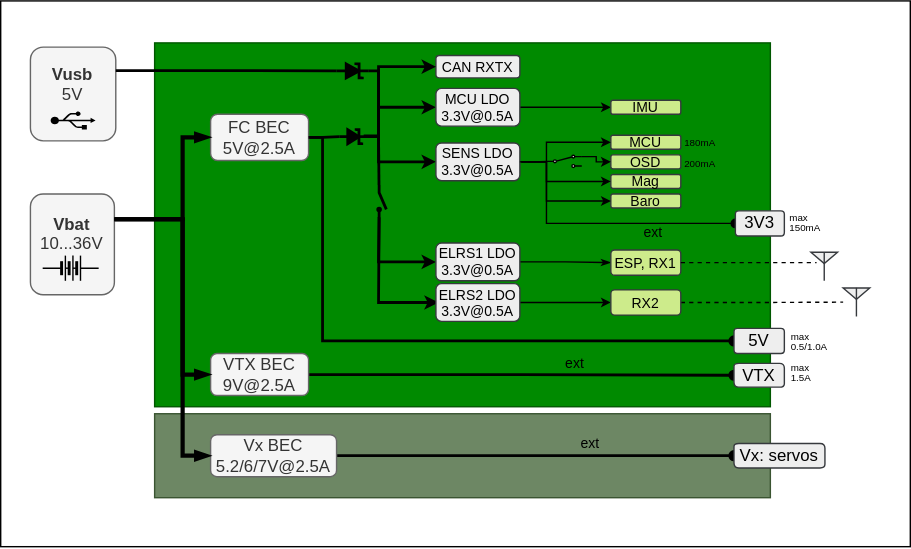
Before: documentation/images/doc_MoGliFC_power_concept.svg, a diagram exported from draw.io (MomoRC-tech/MoGliFC-Flight-Controller). Source tidied: cells renumbered, new cells last; positions are measured from the earlier drawing's top-left corner, leaving out a move shared by most shapes.
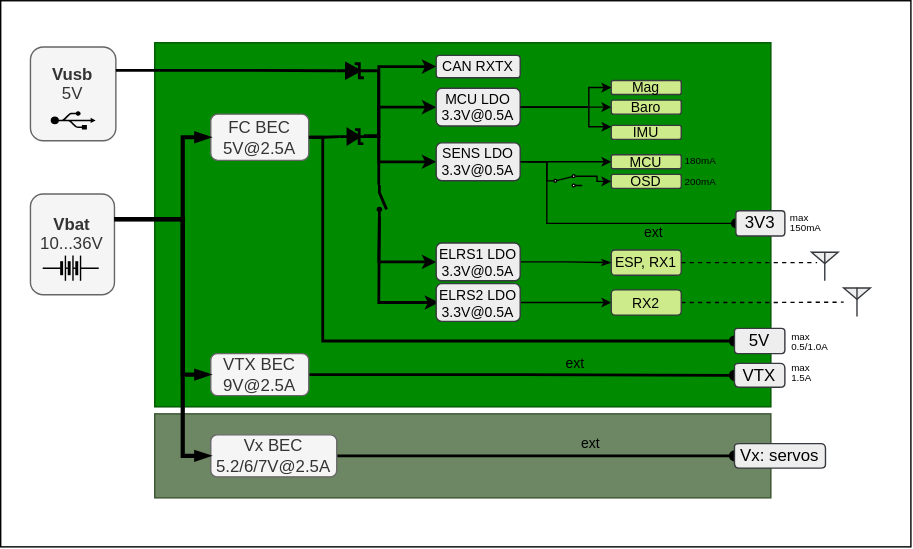
The same diagram one commit later.

What changed in the source:
```diff
@@ -89,7 +89,11 @@
       <mxGeometry x="524" y="316.2" width="65" height="17.5" as="geometry" />
     </mxCell>
     <mxCell id="21" style="edgeStyle=elbowEdgeStyle;rounded=0;jettySize=auto;html=1;endSize=4;" parent="1" edge="1" source="22" target="30">
-      <mxGeometry relative="1" as="geometry" />
+      <mxGeometry relative="1" as="geometry">
+        <Array as="points">
+          <mxPoint x="420" y="90" />
+        </Array>
+      </mxGeometry>
     </mxCell>
     <mxCell id="22" value="MCU LDO 3.3V@0.5A" style="whiteSpace=wrap;html=1;rounded=1;fontSize=10;fillColor=#eeeeee;strokeColor=#36393d;" parent="1" vertex="1">
       <mxGeometry x="311" y="62.5" width="60" height="27" as="geometry" />
@@ -123,7 +127,7 @@
       <mxGeometry x="311" y="202" width="60" height="27" as="geometry" />
     </mxCell>
     <mxCell id="30" value="IMU" style="whiteSpace=wrap;html=1;rounded=1;fillColor=#cdeb8b;strokeColor=#36393d;fontSize=10;" parent="1" vertex="1">
-      <mxGeometry x="436" y="71" width="50" height="10" as="geometry" />
+      <mxGeometry x="436" y="89" width="50" height="10" as="geometry" />
     </mxCell>
     <mxCell id="31" value="3V3" style="shape=step;perimeter=stepPerimeter;whiteSpace=wrap;html=1;fixedSize=1;size=-5;fillColor=#eeeeee;strokeColor=#36393d;rounded=1;arcSize=5;" parent="1" vertex="1">
       <mxGeometry x="525" y="150" width="35" height="18" as="geometry" />
@@ -163,16 +167,16 @@
       </mxGeometry>
     </mxCell>
     <mxCell id="42" value="MCU" style="whiteSpace=wrap;html=1;rounded=1;fillColor=#cdeb8b;strokeColor=#36393d;fontSize=10;" parent="1" vertex="1">
-      <mxGeometry x="436" y="96" width="50" height="10" as="geometry" />
+      <mxGeometry x="436" y="110" width="50" height="10" as="geometry" />
     </mxCell>
     <mxCell id="43" value="OSD" style="whiteSpace=wrap;html=1;rounded=1;fillColor=#cdeb8b;strokeColor=#36393d;fontSize=10;" parent="1" vertex="1">
-      <mxGeometry x="436" y="110" width="50" height="10" as="geometry" />
+      <mxGeometry x="436" y="124" width="50" height="10" as="geometry" />
     </mxCell>
     <mxCell id="44" value="Mag" style="whiteSpace=wrap;html=1;rounded=1;fillColor=#cdeb8b;strokeColor=#36393d;fontSize=10;" parent="1" vertex="1">
-      <mxGeometry x="436" y="124" width="50" height="10" as="geometry" />
+      <mxGeometry x="436" y="57" width="50" height="10" as="geometry" />
     </mxCell>
     <mxCell id="45" value="Baro" style="whiteSpace=wrap;html=1;rounded=1;fillColor=#cdeb8b;strokeColor=#36393d;fontSize=10;" parent="1" vertex="1">
-      <mxGeometry x="436" y="138" width="50" height="10" as="geometry" />
+      <mxGeometry x="436" y="71" width="50" height="10" as="geometry" />
     </mxCell>
     <mxCell id="46" style="edgeStyle=elbowEdgeStyle;rounded=0;jettySize=auto;html=1;entryX=0;entryY=0.5;entryDx=0;entryDy=0;endSize=4;exitX=1;exitY=0.5;exitDx=0;exitDy=0;" parent="1" edge="1" target="42">
       <mxGeometry relative="1" as="geometry">
@@ -185,22 +189,6 @@
     <mxCell id="47" style="edgeStyle=elbowEdgeStyle;rounded=0;jettySize=auto;html=1;entryX=0;entryY=0.5;entryDx=0;entryDy=0;endSize=4;exitX=1;exitY=0.12;exitDx=0;exitDy=0;" parent="1" edge="1" source="57" target="43">
       <mxGeometry relative="1" as="geometry" />
     </mxCell>
-    <mxCell id="48" style="edgeStyle=elbowEdgeStyle;rounded=0;jettySize=auto;html=1;entryX=0;entryY=0.5;entryDx=0;entryDy=0;endSize=4;exitX=1;exitY=0.5;exitDx=0;exitDy=0;" parent="1" edge="1" target="44">
-      <mxGeometry relative="1" as="geometry">
-        <mxPoint x="372" y="115" as="sourcePoint" />
-        <Array as="points">
-          <mxPoint x="390" y="120" />
-        </Array>
-      </mxGeometry>
-    </mxCell>
-    <mxCell id="49" style="edgeStyle=elbowEdgeStyle;rounded=0;jettySize=auto;html=1;entryX=0;entryY=0.5;entryDx=0;entryDy=0;endSize=4;exitX=1;exitY=0.5;exitDx=0;exitDy=0;" parent="1" edge="1" target="45">
-      <mxGeometry relative="1" as="geometry">
-        <mxPoint x="372" y="115" as="sourcePoint" />
-        <Array as="points">
-          <mxPoint x="390" y="130" />
-        </Array>
-      </mxGeometry>
-    </mxCell>
     <mxCell id="50" style="fillColor=strokeColor;verticalLabelPosition=bottom;shadow=0;dashed=0;align=center;html=1;verticalAlign=top;shape=mxgraph.electrical.diodes.schottky_diode;strokeWidth=2;" parent="1" vertex="1">
       <mxGeometry x="242" y="92" width="20" height="10" as="geometry" />
     </mxCell>
@@ -236,10 +224,14 @@
       </mxGeometry>
     </mxCell>
     <mxCell id="56" style="edgeStyle=elbowEdgeStyle;rounded=0;jettySize=auto;html=1;entryX=0;entryY=0.5;entryDx=0;entryDy=0;endSize=4;exitX=1;exitY=0.5;exitDx=0;exitDy=0;endArrow=none;endFill=0;" parent="1" edge="1" source="25" target="57">
-      <mxGeometry relative="1" as="geometry" />
+      <mxGeometry relative="1" as="geometry">
+        <Array as="points">
+          <mxPoint x="390" y="120" />
+        </Array>
+      </mxGeometry>
     </mxCell>
     <mxCell id="57" style="html=1;shape=mxgraph.electrical.electro-mechanical.twoWaySwitch;elSwitchState=2;" parent="1" vertex="1">
-      <mxGeometry x="390" y="110.2" width="25.2" height="8.8" as="geometry" />
+      <mxGeometry x="390" y="124.2" width="25.2" height="8.8" as="geometry" />
     </mxCell>
     <mxCell id="58" style="edgeStyle=elbowEdgeStyle;rounded=0;jettySize=auto;html=1;endSize=4;strokeWidth=2;endArrow=none;endFill=0;entryX=0;entryY=0.84;entryDx=0;entryDy=0;" parent="1" edge="1" target="59">
       <mxGeometry relative="1" as="geometry">
@@ -250,10 +242,10 @@
       <mxGeometry x="261" y="139.9" width="23" height="6.1" as="geometry" />
     </mxCell>
     <mxCell id="60" value="&lt;font style=&quot;font-size: 7px;&quot;&gt;180mA&lt;/font&gt;" style="text;strokeColor=none;align=center;fillColor=none;html=1;verticalAlign=middle;whiteSpace=wrap;rounded=0;" parent="1" vertex="1">
-      <mxGeometry x="490" y="97" width="20" height="6.5" as="geometry" />
+      <mxGeometry x="490" y="110" width="20" height="6.5" as="geometry" />
     </mxCell>
     <mxCell id="61" value="&lt;font style=&quot;font-size: 7px;&quot;&gt;200mA&lt;/font&gt;" style="text;strokeColor=none;align=center;fillColor=none;html=1;verticalAlign=middle;whiteSpace=wrap;rounded=0;" parent="1" vertex="1">
-      <mxGeometry x="490" y="111.4" width="20" height="6.5" as="geometry" />
+      <mxGeometry x="490" y="124.4" width="20" height="6.5" as="geometry" />
     </mxCell>
     <mxCell id="62" value="&lt;p style=&quot;line-height: 47%;&quot;&gt;&lt;font style=&quot;font-size: 7px;&quot;&gt;max&lt;br&gt;150mA&lt;/font&gt;&lt;/p&gt;" style="text;strokeColor=none;align=left;fillColor=none;html=1;verticalAlign=middle;whiteSpace=wrap;rounded=0;" parent="1" vertex="1">
       <mxGeometry x="562" y="152" width="36" height="12.2" as="geometry" />
@@ -277,5 +269,19 @@
         </Array>
       </mxGeometry>
     </mxCell>
+    <mxCell id="68" style="edgeStyle=elbowEdgeStyle;rounded=0;jettySize=auto;html=1;entryX=0;entryY=0.5;entryDx=0;entryDy=0;endSize=4;exitX=1;exitY=0.5;exitDx=0;exitDy=0;" parent="1" edge="1" source="22" target="45">
+      <mxGeometry relative="1" as="geometry">
+        <Array as="points">
+          <mxPoint x="400" y="70" />
+        </Array>
+      </mxGeometry>
+    </mxCell>
+    <mxCell id="69" style="edgeStyle=elbowEdgeStyle;rounded=0;jettySize=auto;html=1;entryX=0;entryY=0.5;entryDx=0;entryDy=0;endSize=4;exitX=1;exitY=0.5;exitDx=0;exitDy=0;" parent="1" edge="1" source="22" target="44">
+      <mxGeometry relative="1" as="geometry">
+        <Array as="points">
+          <mxPoint x="420" y="70" />
+        </Array>
+      </mxGeometry>
+    </mxCell>
   </root>
 </mxGraphModel>
```
